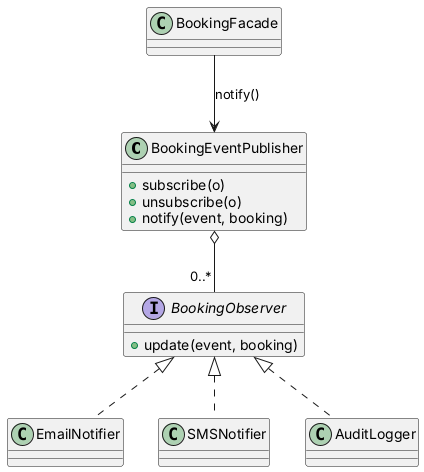
This is cinebook/cinebook/docs/uml/png/observer_after.png from meerakumar-1/cinebook-ooad, a PlantUML export, as it was before one commit.
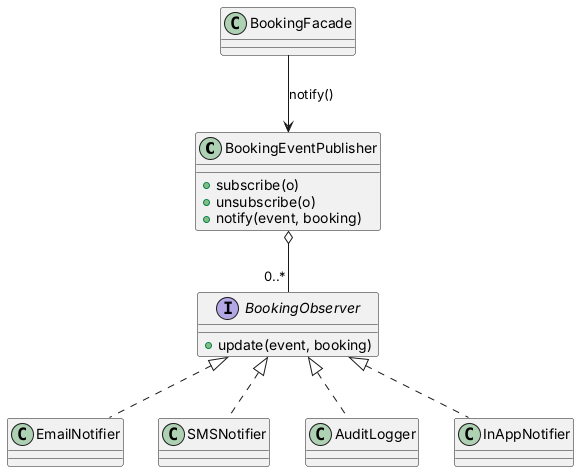
Above is the later version.

What changed in the source:
```diff
@@ -10,9 +10,11 @@
 class EmailNotifier
 class SMSNotifier
 class AuditLogger
+class InAppNotifier
 BookingEventPublisher o-- "0..*" BookingObserver
 BookingObserver <|.. EmailNotifier
 BookingObserver <|.. SMSNotifier
 BookingObserver <|.. AuditLogger
+BookingObserver <|.. InAppNotifier
 BookingFacade --> BookingEventPublisher : notify()
 @enduml
```
